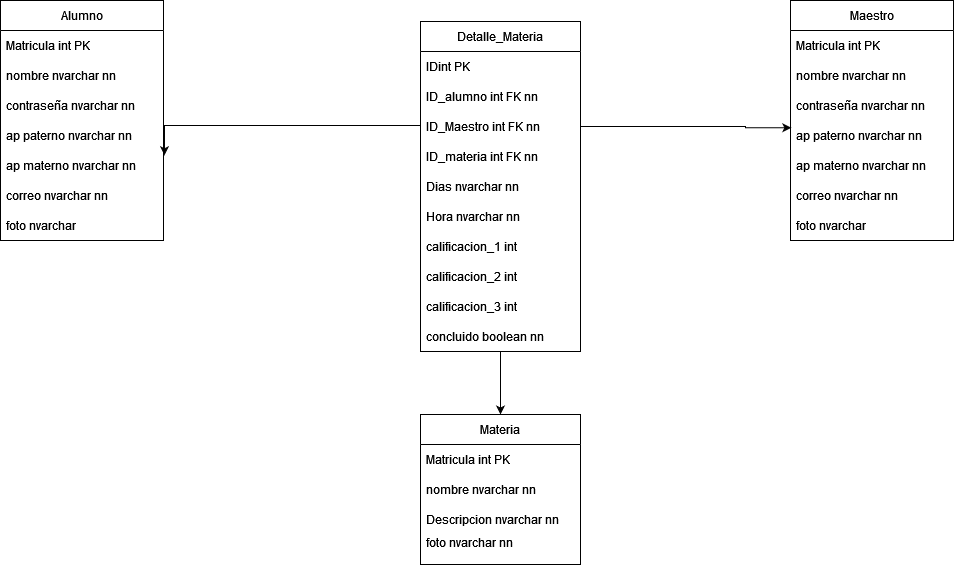
This is ER-Base de datos.png from MAU-R/Universidad-Olimpia, a draw.io export, as it was before one commit. Source tidied: cells renumbered, new cells last; positions are measured from the earlier drawing's top-left corner, leaving out a move shared by most shapes.
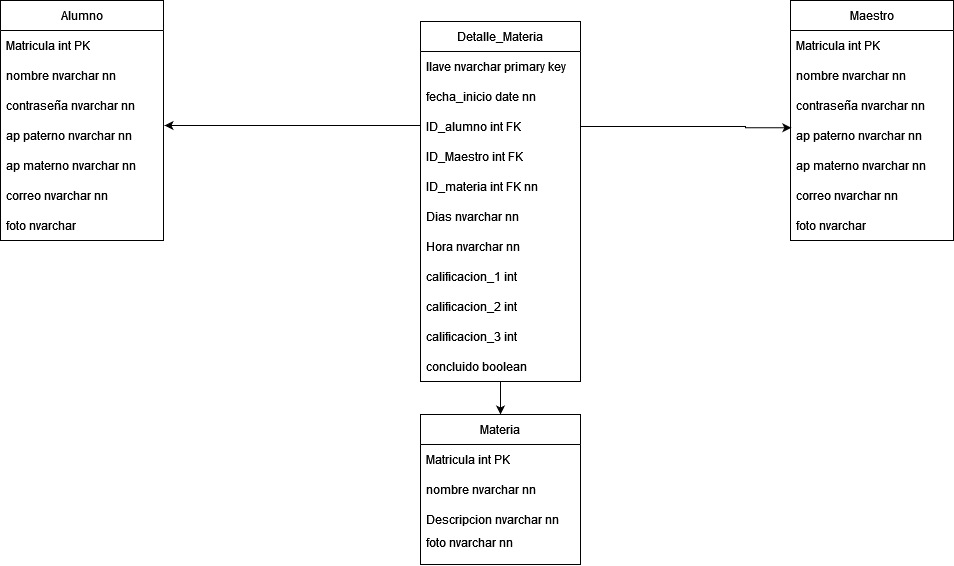
Later version of the same file.

Commit message:
Version preliminar- Diseño base de datos

What changed in the source:
```diff
@@ -26,8 +26,9 @@
     <mxCell id="9" value="foto nvarchar " style="text;strokeColor=none;fillColor=none;align=left;verticalAlign=middle;spacingLeft=4;spacingRight=4;overflow=hidden;" parent="2" vertex="1">
       <mxGeometry y="210" width="163" height="30" as="geometry" />
     </mxCell>
-    <mxCell id="10" style="edgeStyle=orthogonalEdgeStyle;rounded=0;jettySize=auto;html=1;entryX=1.006;entryY=0.158;entryDx=0;entryDy=0;entryPerimeter=0;" parent="1" edge="1" source="12" target="7">
+    <mxCell id="10" style="edgeStyle=orthogonalEdgeStyle;rounded=0;jettySize=auto;html=1;" parent="1" edge="1" source="12">
       <mxGeometry relative="1" as="geometry">
+        <mxPoint x="164" y="125" as="targetPoint" />
         <Array as="points">
           <mxPoint x="355" y="125" />
           <mxPoint x="355" y="125" />
@@ -38,37 +39,40 @@
       <mxGeometry relative="1" as="geometry" />
     </mxCell>
     <mxCell id="12" value="Detalle_Materia" style="swimlane;fontStyle=0;horizontal=1;startSize=30;" parent="1" vertex="1">
-      <mxGeometry x="420" y="21" width="160" height="330" as="geometry" />
+      <mxGeometry x="420" y="21" width="160" height="360" as="geometry" />
     </mxCell>
-    <mxCell id="13" value="IDint PK" style="text;strokeColor=none;fillColor=none;align=left;verticalAlign=middle;spacingLeft=4;spacingRight=4;overflow=hidden;" parent="12" vertex="1">
+    <mxCell id="13" value="llave nvarchar primary key" style="text;strokeColor=none;fillColor=none;align=left;verticalAlign=middle;spacingLeft=4;spacingRight=4;overflow=hidden;" parent="12" vertex="1">
       <mxGeometry y="30" width="160" height="30" as="geometry" />
     </mxCell>
+    <mxCell id="37" value="fecha_inicio date nn" style="text;strokeColor=none;fillColor=none;align=left;verticalAlign=middle;spacingLeft=4;spacingRight=4;overflow=hidden;" parent="12" vertex="1">
+      <mxGeometry y="60" width="160" height="30" as="geometry" />
+    </mxCell>
-    <mxCell id="14" value="ID_alumno int FK nn" style="text;strokeColor=none;fillColor=none;align=left;verticalAlign=middle;spacingLeft=4;spacingRight=4;overflow=hidden;points=[[0,0.5],[1,0.5]];portConstraint=eastwest;" parent="12" vertex="1">
-      <mxGeometry y="60" width="160" height="30" as="geometry" />
+    <mxCell id="14" value="ID_alumno int FK " style="text;strokeColor=none;fillColor=none;align=left;verticalAlign=middle;spacingLeft=4;spacingRight=4;overflow=hidden;points=[[0,0.5],[1,0.5]];portConstraint=eastwest;" parent="12" vertex="1">
+      <mxGeometry y="90" width="160" height="30" as="geometry" />
     </mxCell>
-    <mxCell id="15" value="ID_Maestro int FK nn" style="text;strokeColor=none;fillColor=none;align=left;verticalAlign=middle;spacingLeft=4;spacingRight=4;overflow=hidden;points=[[0,0.5],[1,0.5]];portConstraint=eastwest;" parent="12" vertex="1">
-      <mxGeometry y="90" width="160" height="30" as="geometry" />
+    <mxCell id="15" value="ID_Maestro int FK " style="text;strokeColor=none;fillColor=none;align=left;verticalAlign=middle;spacingLeft=4;spacingRight=4;overflow=hidden;points=[[0,0.5],[1,0.5]];portConstraint=eastwest;" parent="12" vertex="1">
+      <mxGeometry y="120" width="160" height="30" as="geometry" />
     </mxCell>
     <mxCell id="16" value="ID_materia int FK nn" style="text;strokeColor=none;fillColor=none;align=left;verticalAlign=middle;spacingLeft=4;spacingRight=4;overflow=hidden;" parent="12" vertex="1">
-      <mxGeometry y="120" width="160" height="30" as="geometry" />
+      <mxGeometry y="150" width="160" height="30" as="geometry" />
     </mxCell>
     <mxCell id="17" value="Dias nvarchar nn" style="text;strokeColor=none;fillColor=none;align=left;verticalAlign=middle;spacingLeft=4;spacingRight=4;overflow=hidden;" parent="12" vertex="1">
-      <mxGeometry y="150" width="160" height="30" as="geometry" />
+      <mxGeometry y="180" width="160" height="30" as="geometry" />
     </mxCell>
     <mxCell id="18" value="Hora nvarchar nn" style="text;strokeColor=none;fillColor=none;align=left;verticalAlign=middle;spacingLeft=4;spacingRight=4;overflow=hidden;" parent="12" vertex="1">
-      <mxGeometry y="180" width="160" height="30" as="geometry" />
+      <mxGeometry y="210" width="160" height="30" as="geometry" />
     </mxCell>
     <mxCell id="19" value="calificacion_1 int" style="text;strokeColor=none;fillColor=none;align=left;verticalAlign=middle;spacingLeft=4;spacingRight=4;overflow=hidden;" parent="12" vertex="1">
-      <mxGeometry y="210" width="160" height="30" as="geometry" />
+      <mxGeometry y="240" width="160" height="30" as="geometry" />
     </mxCell>
     <mxCell id="20" value="calificacion_2 int" style="text;strokeColor=none;fillColor=none;align=left;verticalAlign=middle;spacingLeft=4;spacingRight=4;overflow=hidden;" parent="12" vertex="1">
-      <mxGeometry y="240" width="160" height="30" as="geometry" />
+      <mxGeometry y="270" width="160" height="30" as="geometry" />
     </mxCell>
     <mxCell id="21" value="calificacion_3 int" style="text;strokeColor=none;fillColor=none;align=left;verticalAlign=middle;spacingLeft=4;spacingRight=4;overflow=hidden;" parent="12" vertex="1">
-      <mxGeometry y="270" width="160" height="30" as="geometry" />
+      <mxGeometry y="300" width="160" height="30" as="geometry" />
     </mxCell>
-    <mxCell id="22" value="concluido boolean nn" style="text;strokeColor=none;fillColor=none;align=left;verticalAlign=middle;spacingLeft=4;spacingRight=4;overflow=hidden;" parent="12" vertex="1">
-      <mxGeometry y="300" width="160" height="30" as="geometry" />
+    <mxCell id="22" value="concluido boolean " style="text;strokeColor=none;fillColor=none;align=left;verticalAlign=middle;spacingLeft=4;spacingRight=4;overflow=hidden;" parent="12" vertex="1">
+      <mxGeometry y="330" width="160" height="30" as="geometry" />
     </mxCell>
     <mxCell id="23" value="Materia" style="swimlane;fontStyle=0;horizontal=1;startSize=30;" parent="1" vertex="1">
       <mxGeometry x="420" y="414" width="160" height="150" as="geometry" />
@@ -109,7 +113,7 @@
     <mxCell id="35" value="foto nvarchar " style="text;strokeColor=none;fillColor=none;align=left;verticalAlign=middle;spacingLeft=4;spacingRight=4;overflow=hidden;" parent="28" vertex="1">
       <mxGeometry y="210" width="163" height="30" as="geometry" />
     </mxCell>
-    <mxCell id="36" style="edgeStyle=orthogonalEdgeStyle;rounded=0;jettySize=auto;html=1;entryX=0.005;entryY=0.242;entryDx=0;entryDy=0;entryPerimeter=0;" parent="1" edge="1" source="15" target="32">
+    <mxCell id="36" style="edgeStyle=orthogonalEdgeStyle;rounded=0;jettySize=auto;html=1;entryX=0.005;entryY=0.242;entryDx=0;entryDy=0;entryPerimeter=0;exitX=1;exitY=0.5;exitDx=0;exitDy=0;" parent="1" edge="1" source="14" target="32">
       <mxGeometry relative="1" as="geometry">
         <Array as="points">
           <mxPoint x="745" y="126" />
```
